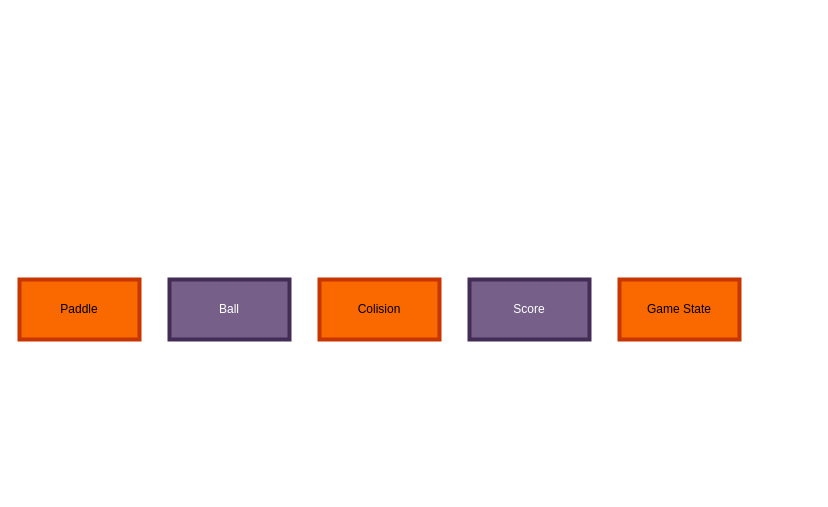
Before: srcs/web/www/Game/guide.drawio in ztrottie/ft_transcendence, a draw.io diagram. Source tidied: cells renumbered, new cells numbered last; positions are measured from the earlier drawing's top-left corner, leaving out a move shared by most shapes. Both pictures are drawn from the tidied source at 100%, with x=0, y=0 at pixel (19, 279).
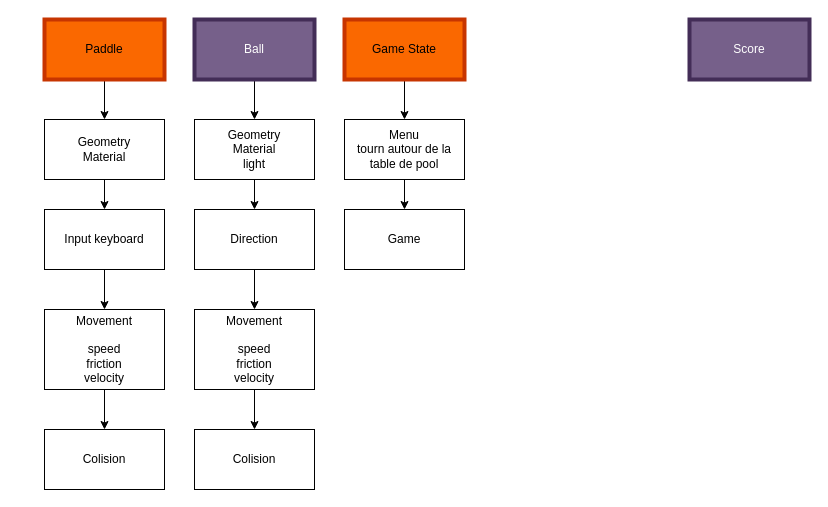
After the change.

The edit, as a diff of the source:
```diff
@@
+    <mxCell id="7" style="edgeStyle=none;html=1;" parent="1" edge="1" source="2" target="16">
+      <mxGeometry relative="1" as="geometry" />
+    </mxCell>
     <mxCell id="2" value="Paddle" style="whiteSpace=wrap;html=1;fillColor=#fa6800;fontColor=#000000;strokeColor=#C73500;strokeWidth=4;" parent="1" vertex="1">
-      <mxGeometry width="120" height="60" as="geometry" />
+      <mxGeometry x="25" y="-260" width="120" height="60" as="geometry" />
     </mxCell>
+    <mxCell id="8" style="edgeStyle=none;html=1;" parent="1" edge="1" source="3" target="23">
+      <mxGeometry relative="1" as="geometry" />
+    </mxCell>
     <mxCell id="3" value="Ball" style="whiteSpace=wrap;html=1;fillColor=#76608a;strokeColor=#432D57;fontColor=#ffffff;strokeWidth=4;" parent="1" vertex="1">
-      <mxGeometry x="150" width="120" height="60" as="geometry" />
+      <mxGeometry x="175" y="-260" width="120" height="60" as="geometry" />
     </mxCell>
-    <mxCell id="4" value="Colision" style="whiteSpace=wrap;html=1;fillColor=#fa6800;fontColor=#000000;strokeColor=#C73500;strokeWidth=4;" parent="1" vertex="1">
-      <mxGeometry x="300" width="120" height="60" as="geometry" />
-    </mxCell>
     <mxCell id="5" value="Score" style="whiteSpace=wrap;html=1;strokeWidth=4;fillColor=#76608a;fontColor=#ffffff;strokeColor=#432D57;" parent="1" vertex="1">
-      <mxGeometry x="450" width="120" height="60" as="geometry" />
+      <mxGeometry x="670" y="-260" width="120" height="60" as="geometry" />
     </mxCell>
+    <mxCell id="9" style="edgeStyle=none;html=1;" parent="1" edge="1" source="6" target="25">
+      <mxGeometry relative="1" as="geometry" />
+    </mxCell>
     <mxCell id="6" value="Game State" style="whiteSpace=wrap;html=1;strokeWidth=4;fillColor=#fa6800;fontColor=#000000;strokeColor=#C73500;" parent="1" vertex="1">
-      <mxGeometry x="600" width="120" height="60" as="geometry" />
+      <mxGeometry x="325" y="-260" width="120" height="60" as="geometry" />
     </mxCell>
+    <mxCell id="10" style="edgeStyle=none;html=1;entryX=0.5;entryY=0;entryDx=0;entryDy=0;" parent="1" edge="1" source="11" target="13">
+      <mxGeometry relative="1" as="geometry" />
+    </mxCell>
+    <mxCell id="11" value="Input keyboard" style="whiteSpace=wrap;html=1;" parent="1" vertex="1">
+      <mxGeometry x="25" y="-70" width="120" height="60" as="geometry" />
+    </mxCell>
+    <mxCell id="12" style="edgeStyle=none;html=1;entryX=0.5;entryY=0;entryDx=0;entryDy=0;" parent="1" edge="1" source="13" target="14">
+      <mxGeometry relative="1" as="geometry" />
+    </mxCell>
+    <mxCell id="13" value="Movement&lt;br&gt;&lt;br&gt;speed &lt;br&gt;friction &lt;br&gt;velocity" style="whiteSpace=wrap;html=1;" parent="1" vertex="1">
+      <mxGeometry x="25" y="30" width="120" height="80" as="geometry" />
+    </mxCell>
+    <mxCell id="14" value="Colision" style="whiteSpace=wrap;html=1;" parent="1" vertex="1">
+      <mxGeometry x="25" y="150" width="120" height="60" as="geometry" />
+    </mxCell>
+    <mxCell id="15" style="edgeStyle=none;html=1;" parent="1" edge="1" source="16" target="11">
+      <mxGeometry relative="1" as="geometry" />
+    </mxCell>
+    <mxCell id="16" value="Geometry&lt;br&gt;Material" style="whiteSpace=wrap;html=1;" parent="1" vertex="1">
+      <mxGeometry x="25" y="-160" width="120" height="60" as="geometry" />
+    </mxCell>
+    <mxCell id="17" style="edgeStyle=none;html=1;entryX=0.5;entryY=0;entryDx=0;entryDy=0;" parent="1" edge="1" source="18" target="20">
+      <mxGeometry relative="1" as="geometry" />
+    </mxCell>
+    <mxCell id="18" value="Direction" style="whiteSpace=wrap;html=1;" parent="1" vertex="1">
+      <mxGeometry x="175" y="-70" width="120" height="60" as="geometry" />
+    </mxCell>
+    <mxCell id="19" style="edgeStyle=none;html=1;entryX=0.5;entryY=0;entryDx=0;entryDy=0;" parent="1" edge="1" source="20" target="21">
+      <mxGeometry relative="1" as="geometry" />
+    </mxCell>
+    <mxCell id="20" value="Movement&lt;br&gt;&lt;br&gt;speed &lt;br&gt;friction &lt;br&gt;velocity" style="whiteSpace=wrap;html=1;" parent="1" vertex="1">
+      <mxGeometry x="175" y="30" width="120" height="80" as="geometry" />
+    </mxCell>
+    <mxCell id="21" value="Colision" style="whiteSpace=wrap;html=1;" parent="1" vertex="1">
+      <mxGeometry x="175" y="150" width="120" height="60" as="geometry" />
+    </mxCell>
+    <mxCell id="22" style="edgeStyle=none;html=1;" parent="1" edge="1" source="23" target="18">
+      <mxGeometry relative="1" as="geometry" />
+    </mxCell>
+    <mxCell id="23" value="Geometry&lt;br&gt;Material&lt;br&gt;light" style="whiteSpace=wrap;html=1;" parent="1" vertex="1">
+      <mxGeometry x="175" y="-160" width="120" height="60" as="geometry" />
+    </mxCell>
+    <mxCell id="24" style="edgeStyle=none;html=1;" parent="1" edge="1" source="25" target="26">
+      <mxGeometry relative="1" as="geometry" />
+    </mxCell>
+    <mxCell id="25" value="Menu&lt;br&gt;tourn autour de la table de pool" style="whiteSpace=wrap;html=1;" parent="1" vertex="1">
+      <mxGeometry x="325" y="-160" width="120" height="60" as="geometry" />
+    </mxCell>
+    <mxCell id="26" value="Game" style="whiteSpace=wrap;html=1;" parent="1" vertex="1">
+      <mxGeometry x="325" y="-70" width="120" height="60" as="geometry" />
+    </mxCell>
```
